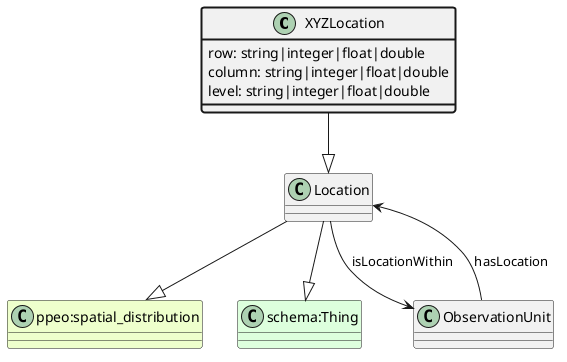
The PlantUML diagram ttl_uml/ttl_appn_XYZLocation.png in aus-plant-phenomics-network/appn-schema, before a commit.
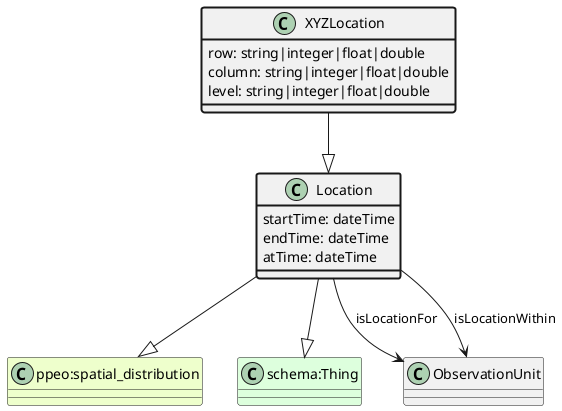
After the change.

Change to the diagram source:
```diff
@@ -16,7 +16,16 @@
     level: string|integer|float|double
 }
 class ObservationUnit
-ObservationUnit --> Location : hasLocation
+Location --> ObservationUnit : isLocationFor
 class ObservationUnit
 Location --> ObservationUnit : isLocationWithin
+class Location #line.bold {
+    startTime: dateTime
+}
+class Location #line.bold {
+    endTime: dateTime
+}
+class Location #line.bold {
+    atTime: dateTime
+}
 @enduml
```
